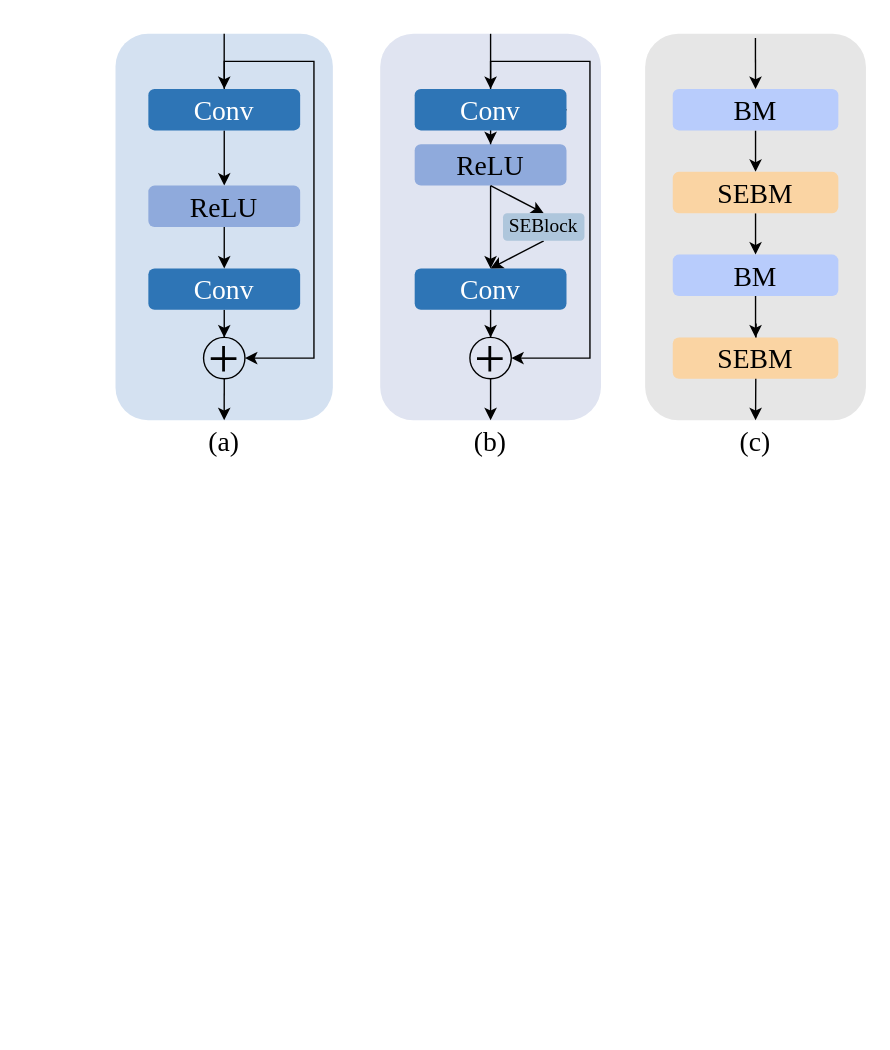
Before: 锁.drawio in ZhangHaoyang493/pansharpening_codebook, a draw.io diagram. Source tidied: cells renumbered, new cells numbered last; positions are measured from the earlier drawing's top-left corner, leaving out a move shared by most shapes. Both pictures are drawn from the tidied source at 138%, with x=0, y=0 at pixel (115, 33).
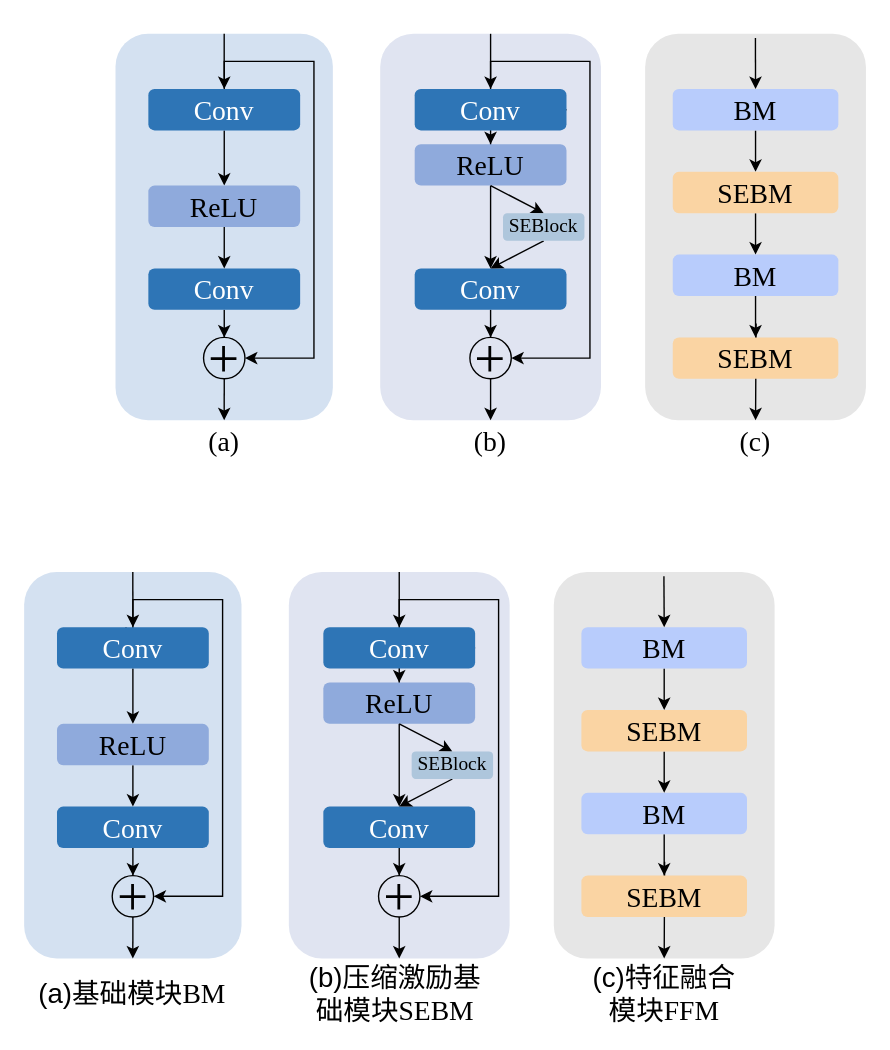
After the change.

Diff of the diagram source:
```diff
@@
+    <mxCell id="40" style="rounded=1;whiteSpace=wrap;html=1;fillColor=#E6E6E6;strokeColor=none;" parent="1" vertex="1">
+      <mxGeometry x="317.8" y="390" width="160" height="280" as="geometry" />
+    </mxCell>
+    <mxCell id="41" style="edgeStyle=orthogonalEdgeStyle;rounded=0;jettySize=auto;html=1;entryX=0.5;entryY=0;entryDx=0;entryDy=0;" parent="1" edge="1" source="42" target="46">
+      <mxGeometry relative="1" as="geometry" />
+    </mxCell>
+    <mxCell id="42" value="&lt;font style=&quot;font-size: 20px;&quot; face=&quot;Times New Roman&quot;&gt;BM&lt;/font&gt;" style="rounded=1;whiteSpace=wrap;html=1;fillColor=#B8CCFC;strokeColor=none;flipV=1;" parent="1" vertex="1">
+      <mxGeometry x="337.8" y="430" width="120" height="30" as="geometry" />
+    </mxCell>
+    <mxCell id="43" style="edgeStyle=orthogonalEdgeStyle;rounded=0;jettySize=auto;html=1;entryX=0.5;entryY=0;entryDx=0;entryDy=0;" parent="1" edge="1" source="44" target="48">
+      <mxGeometry relative="1" as="geometry" />
+    </mxCell>
+    <mxCell id="44" value="&lt;font style=&quot;font-size: 20px;&quot; face=&quot;Times New Roman&quot;&gt;BM&lt;/font&gt;" style="rounded=1;whiteSpace=wrap;html=1;fontSize=20;fillColor=#B8CCFC;strokeColor=none;flipV=1;" parent="1" vertex="1">
+      <mxGeometry x="337.8" y="550" width="120" height="30" as="geometry" />
+    </mxCell>
+    <mxCell id="45" style="edgeStyle=orthogonalEdgeStyle;rounded=0;jettySize=auto;html=1;entryX=0.5;entryY=0;entryDx=0;entryDy=0;" parent="1" edge="1" source="46" target="44">
+      <mxGeometry relative="1" as="geometry" />
+    </mxCell>
+    <mxCell id="46" value="&lt;font style=&quot;font-size: 20px;&quot; face=&quot;Times New Roman&quot;&gt;SEBM&lt;/font&gt;" style="rounded=1;whiteSpace=wrap;html=1;fillColor=#FAD4A3;strokeColor=none;flipV=1;" parent="1" vertex="1">
+      <mxGeometry x="337.8" y="490" width="120" height="30" as="geometry" />
+    </mxCell>
+    <mxCell id="47" style="edgeStyle=orthogonalEdgeStyle;rounded=0;jettySize=auto;html=1;entryX=0.5;entryY=1;entryDx=0;entryDy=0;" parent="1" edge="1" target="40">
+      <mxGeometry relative="1" as="geometry">
+        <mxPoint x="397.6" y="620" as="sourcePoint" />
+      </mxGeometry>
+    </mxCell>
+    <mxCell id="48" value="&lt;font style=&quot;font-size: 20px;&quot; face=&quot;Times New Roman&quot;&gt;SEBM&lt;/font&gt;" style="rounded=1;whiteSpace=wrap;html=1;fillColor=#FAD4A3;strokeColor=none;flipV=1;" parent="1" vertex="1">
+      <mxGeometry x="337.8" y="610" width="120" height="30" as="geometry" />
+    </mxCell>
+    <mxCell id="49" style="edgeStyle=orthogonalEdgeStyle;rounded=0;jettySize=auto;html=1;entryX=0.5;entryY=0;entryDx=0;entryDy=0;" parent="1" edge="1" target="42">
+      <mxGeometry relative="1" as="geometry">
+        <mxPoint x="397.6" y="393" as="sourcePoint" />
+      </mxGeometry>
+    </mxCell>
+    <mxCell id="50" value="&lt;font&gt;&lt;span style=&quot;font-size: 20px;&quot;&gt;(c)特征融合模块&lt;font face=&quot;Times New Roman&quot;&gt;FFM&lt;/font&gt;&lt;/span&gt;&lt;/font&gt;" style="text;html=1;align=center;verticalAlign=middle;whiteSpace=wrap;rounded=0;fontFamily=宋体-简;" parent="1" vertex="1">
+      <mxGeometry x="340" y="680" width="116.2" height="30" as="geometry" />
+    </mxCell>
+    <mxCell id="51" style="rounded=1;whiteSpace=wrap;html=1;fillColor=#D4E1F1;strokeColor=none;" parent="1" vertex="1">
+      <mxGeometry x="-66" y="390" width="157.5" height="280" as="geometry" />
+    </mxCell>
+    <mxCell id="52" style="edgeStyle=orthogonalEdgeStyle;rounded=0;jettySize=auto;html=1;entryX=0.5;entryY=0;entryDx=0;entryDy=0;" parent="1" edge="1" source="54" target="58">
+      <mxGeometry relative="1" as="geometry" />
+    </mxCell>
+    <mxCell id="53" style="edgeStyle=orthogonalEdgeStyle;rounded=0;jettySize=auto;html=1;entryX=1;entryY=0.5;entryDx=0;entryDy=0;" parent="1" edge="1" target="59">
+      <mxGeometry relative="1" as="geometry">
+        <mxPoint x="7.8" y="430" as="sourcePoint" />
+        <Array as="points">
+          <mxPoint x="12.8" y="455" />
+          <mxPoint x="12.8" y="410" />
+          <mxPoint x="77.8" y="410" />
+          <mxPoint x="77.8" y="625" />
+        </Array>
+      </mxGeometry>
+    </mxCell>
+    <mxCell id="54" value="&lt;font color=&quot;#ffffff&quot; style=&quot;font-size: 20px;&quot; face=&quot;Times New Roman&quot;&gt;Conv&lt;/font&gt;" style="rounded=1;whiteSpace=wrap;html=1;fillColor=#2E75B6;strokeColor=none;" parent="1" vertex="1">
+      <mxGeometry x="-42.2" y="430" width="110" height="30" as="geometry" />
+    </mxCell>
+    <mxCell id="55" style="edgeStyle=orthogonalEdgeStyle;rounded=0;jettySize=auto;html=1;entryX=0.5;entryY=0;entryDx=0;entryDy=0;" parent="1" edge="1" source="56" target="59">
+      <mxGeometry relative="1" as="geometry" />
+    </mxCell>
+    <mxCell id="56" value="&lt;font color=&quot;#ffffff&quot; style=&quot;font-size: 20px;&quot; face=&quot;Times New Roman&quot;&gt;Conv&lt;/font&gt;" style="rounded=1;whiteSpace=wrap;html=1;fontSize=20;fillColor=#2E75B6;strokeColor=none;" parent="1" vertex="1">
+      <mxGeometry x="-42.2" y="560" width="110" height="30" as="geometry" />
+    </mxCell>
+    <mxCell id="57" style="edgeStyle=orthogonalEdgeStyle;rounded=0;jettySize=auto;html=1;entryX=0.5;entryY=0;entryDx=0;entryDy=0;" parent="1" edge="1" source="58" target="56">
+      <mxGeometry relative="1" as="geometry" />
+    </mxCell>
+    <mxCell id="58" value="&lt;font style=&quot;font-size: 20px;&quot; face=&quot;Times New Roman&quot;&gt;ReLU&lt;/font&gt;" style="rounded=1;whiteSpace=wrap;html=1;fillColor=#8FAADC;strokeColor=none;" parent="1" vertex="1">
+      <mxGeometry x="-42.2" y="500" width="110" height="30" as="geometry" />
+    </mxCell>
+    <mxCell id="59" value="&lt;font face=&quot;Times New Roman&quot; style=&quot;font-size: 40px;&quot;&gt;+&lt;/font&gt;" style="ellipse;whiteSpace=wrap;html=1;fillColor=none;" parent="1" vertex="1">
+      <mxGeometry x="-2.2" y="610" width="30" height="30" as="geometry" />
+    </mxCell>
+    <mxCell id="60" style="endArrow=classic;html=1;rounded=0;exitX=0.5;exitY=0;exitDx=0;exitDy=0;entryX=0.5;entryY=0;entryDx=0;entryDy=0;" parent="1" edge="1" source="51" target="54">
+      <mxGeometry relative="1" as="geometry" />
+    </mxCell>
+    <mxCell id="61" style="endArrow=classic;html=1;rounded=0;exitX=0.5;exitY=1;exitDx=0;exitDy=0;entryX=0.5;entryY=1;entryDx=0;entryDy=0;" parent="1" edge="1" source="59" target="51">
+      <mxGeometry relative="1" as="geometry" />
+    </mxCell>
+    <mxCell id="62" value="&lt;font&gt;&lt;span style=&quot;font-size: 20px;&quot;&gt;(a)基础模块&lt;font face=&quot;Times New Roman&quot;&gt;BM&lt;/font&gt;&lt;/span&gt;&lt;/font&gt;" style="text;html=1;align=center;verticalAlign=middle;whiteSpace=wrap;rounded=0;fontFamily=宋体-简;" parent="1" vertex="1">
+      <mxGeometry x="-62.9" y="680" width="151.2" height="30" as="geometry" />
+    </mxCell>
+    <mxCell id="63" style="rounded=1;whiteSpace=wrap;html=1;fillColor=#E0E4F1;strokeColor=none;" parent="1" vertex="1">
+      <mxGeometry x="125.8" y="390" width="160" height="280" as="geometry" />
+    </mxCell>
+    <mxCell id="64" style="edgeStyle=orthogonalEdgeStyle;rounded=0;jettySize=auto;html=1;entryX=0.5;entryY=0;entryDx=0;entryDy=0;" parent="1" edge="1" source="66" target="70">
+      <mxGeometry relative="1" as="geometry" />
+    </mxCell>
+    <mxCell id="65" style="edgeStyle=orthogonalEdgeStyle;rounded=0;jettySize=auto;html=1;exitX=1;exitY=0.5;exitDx=0;exitDy=0;entryX=1;entryY=0.5;entryDx=0;entryDy=0;" parent="1" edge="1" source="66" target="71">
+      <mxGeometry relative="1" as="geometry">
+        <Array as="points">
+          <mxPoint x="205.8" y="445" />
+          <mxPoint x="205.8" y="410" />
+          <mxPoint x="277.8" y="410" />
+          <mxPoint x="277.8" y="625" />
+        </Array>
+      </mxGeometry>
+    </mxCell>
+    <mxCell id="66" value="&lt;font color=&quot;#ffffff&quot; style=&quot;font-size: 20px;&quot; face=&quot;Times New Roman&quot;&gt;Conv&lt;/font&gt;" style="rounded=1;whiteSpace=wrap;html=1;fillColor=#2E75B6;strokeColor=none;" parent="1" vertex="1">
+      <mxGeometry x="150.8" y="430" width="110" height="30" as="geometry" />
+    </mxCell>
+    <mxCell id="67" style="edgeStyle=orthogonalEdgeStyle;rounded=0;jettySize=auto;html=1;entryX=0.5;entryY=0;entryDx=0;entryDy=0;" parent="1" edge="1" source="68" target="71">
+      <mxGeometry relative="1" as="geometry" />
+    </mxCell>
+    <mxCell id="68" value="&lt;font color=&quot;#ffffff&quot; style=&quot;font-size: 20px;&quot; face=&quot;Times New Roman&quot;&gt;Conv&lt;/font&gt;" style="rounded=1;whiteSpace=wrap;html=1;fontSize=20;fillColor=#2E75B6;strokeColor=none;" parent="1" vertex="1">
+      <mxGeometry x="150.8" y="560" width="110" height="30" as="geometry" />
+    </mxCell>
+    <mxCell id="69" style="edgeStyle=orthogonalEdgeStyle;rounded=0;jettySize=auto;html=1;entryX=0.5;entryY=0;entryDx=0;entryDy=0;" parent="1" edge="1" source="70" target="68">
+      <mxGeometry relative="1" as="geometry" />
+    </mxCell>
+    <mxCell id="70" value="&lt;font style=&quot;font-size: 20px;&quot; face=&quot;Times New Roman&quot;&gt;ReLU&lt;/font&gt;" style="rounded=1;whiteSpace=wrap;html=1;fillColor=#8FAADC;strokeColor=none;" parent="1" vertex="1">
+      <mxGeometry x="150.8" y="470" width="110" height="30" as="geometry" />
+    </mxCell>
+    <mxCell id="71" value="&lt;font face=&quot;Times New Roman&quot; style=&quot;font-size: 40px;&quot;&gt;+&lt;/font&gt;" style="ellipse;whiteSpace=wrap;html=1;fillColor=none;" parent="1" vertex="1">
+      <mxGeometry x="190.8" y="610" width="30" height="30" as="geometry" />
+    </mxCell>
+    <mxCell id="72" style="endArrow=classic;html=1;rounded=0;entryX=0.5;entryY=0;entryDx=0;entryDy=0;" parent="1" edge="1" target="74">
+      <mxGeometry relative="1" as="geometry">
+        <mxPoint x="205.8" y="500" as="sourcePoint" />
+      </mxGeometry>
+    </mxCell>
+    <mxCell id="73" style="endArrow=classic;html=1;rounded=0;entryX=0.5;entryY=0;entryDx=0;entryDy=0;exitX=0.5;exitY=1;exitDx=0;exitDy=0;" parent="1" edge="1" source="74" target="68">
+      <mxGeometry relative="1" as="geometry" />
+    </mxCell>
+    <mxCell id="74" value="&lt;font style=&quot;font-size: 14px;&quot; face=&quot;Times New Roman&quot;&gt;SEBlock&lt;/font&gt;" style="rounded=1;whiteSpace=wrap;html=1;fillColor=#AEC6DC;strokeColor=none;" parent="1" vertex="1">
+      <mxGeometry x="214.8" y="520" width="59" height="20" as="geometry" />
+    </mxCell>
+    <mxCell id="75" style="endArrow=classic;html=1;rounded=0;entryX=0.5;entryY=1;entryDx=0;entryDy=0;exitX=0.5;exitY=1;exitDx=0;exitDy=0;" parent="1" edge="1" source="71" target="63">
+      <mxGeometry relative="1" as="geometry" />
+    </mxCell>
+    <mxCell id="76" style="endArrow=classic;html=1;rounded=0;exitX=0.5;exitY=0;exitDx=0;exitDy=0;entryX=0.5;entryY=0;entryDx=0;entryDy=0;" parent="1" edge="1" source="63" target="66">
+      <mxGeometry relative="1" as="geometry" />
+    </mxCell>
+    <mxCell id="77" value="&lt;font&gt;&lt;span style=&quot;font-size: 20px;&quot;&gt;(b)压缩激励基础模块&lt;font face=&quot;Times New Roman&quot;&gt;SEBM&lt;/font&gt;&lt;/span&gt;&lt;/font&gt;" style="text;html=1;align=center;verticalAlign=middle;whiteSpace=wrap;rounded=0;fontFamily=宋体-简;" parent="1" vertex="1">
+      <mxGeometry x="134" y="680" width="138.2" height="30" as="geometry" />
+    </mxCell>
```
